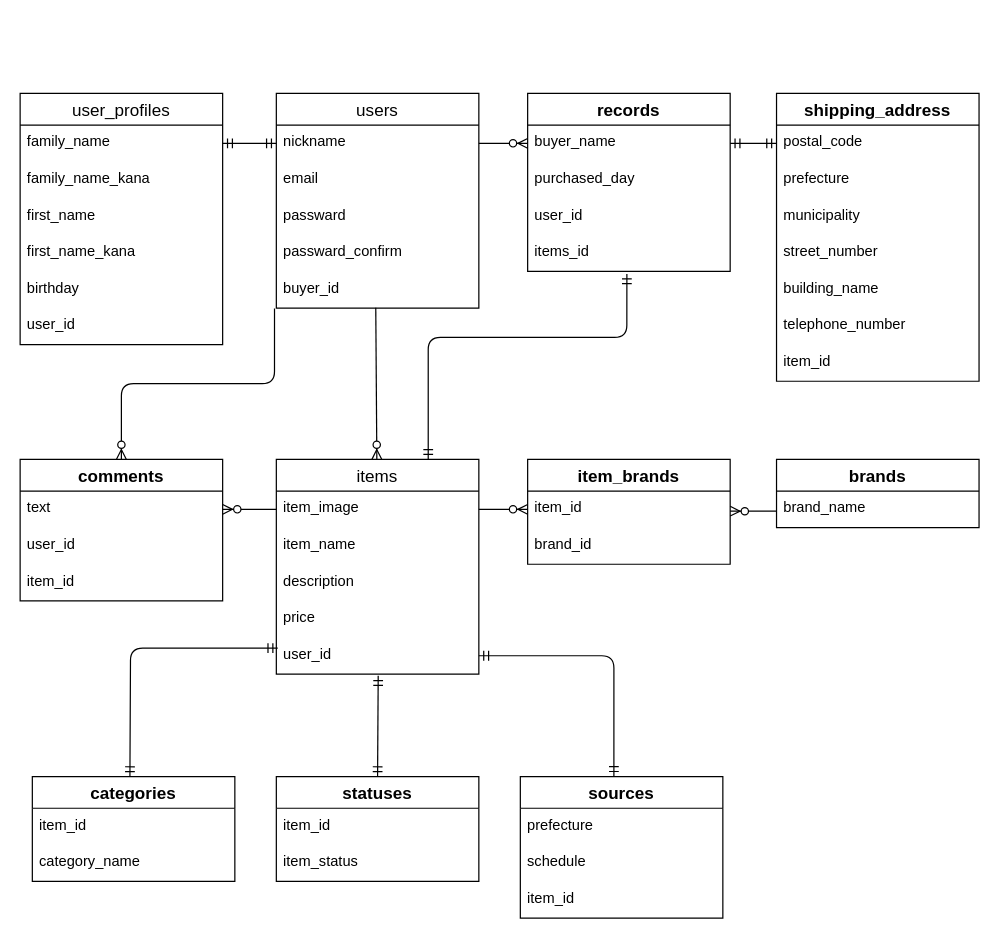
This is ER.drawio from Poly-Jiro/furima-31026, a draw.io file, before an edit. Source tidied: cells renumbered, new cells numbered last; positions are measured from the earlier drawing's top-left corner, leaving out a move shared by most shapes. Both pictures are drawn from the tidied source at 122%, with x=0, y=0 at pixel (20, 93).
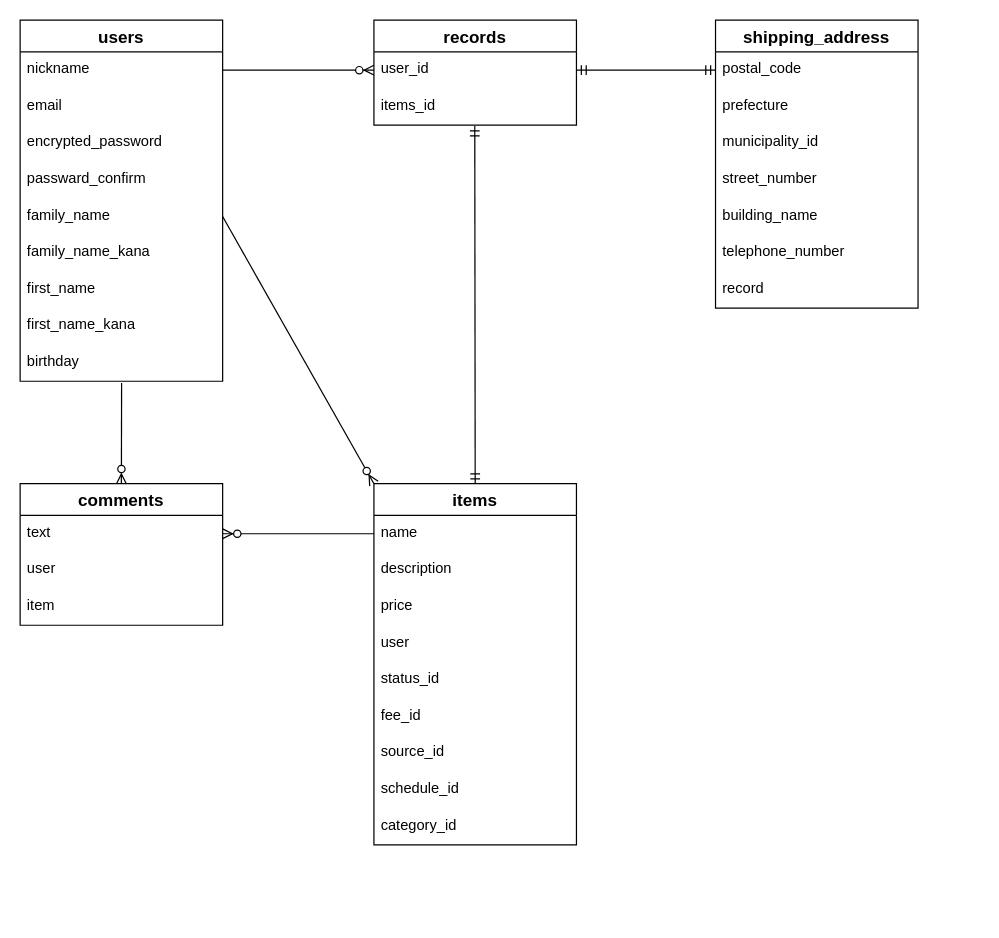
Above is the later version.

The change refers to these unchanged cells:
```xml
<mxCell id="57" value="postal_code" style="text;strokeColor=none;fillColor=none;spacingLeft=4;spacingRight=4;overflow=hidden;points=[[0,0.5],[1,0.5]];portConstraint=eastwest;fontSize=12;" parent="56" vertex="1">
  <mxGeometry y="26" width="166" height="30" as="geometry" />
</mxCell>
```

Diff of the diagram source:
```diff
@@
-    <mxCell id="2" value="user_profiles" style="swimlane;fontStyle=0;horizontal=1;startSize=26;align=center;fontSize=14;" parent="1" vertex="1">
-      <mxGeometry width="166" height="206" as="geometry" />
-    </mxCell>
+    <mxCell id="52" style="fontSize=12;html=1;endArrow=ERzeroToMany;endFill=1;exitX=1;exitY=0.5;exitDx=0;exitDy=0;entryX=0;entryY=0.5;entryDx=0;entryDy=0;" parent="1" edge="1" source="10">
+      <mxGeometry relative="1" as="geometry">
+        <mxPoint x="290" y="-19" as="targetPoint" />
+      </mxGeometry>
+    </mxCell>
+    <mxCell id="64" style="fontSize=12;html=1;endArrow=ERmandOne;startArrow=ERmandOne;exitX=1;exitY=0.5;exitDx=0;exitDy=0;entryX=0;entryY=0.5;entryDx=0;entryDy=0;" parent="1" edge="1" target="57">
+      <mxGeometry relative="1" as="geometry">
+        <mxPoint x="456" y="-19" as="sourcePoint" />
+      </mxGeometry>
+    </mxCell>
+    <mxCell id="9" value="users" style="swimlane;fontStyle=1;horizontal=1;startSize=26;align=center;fontSize=14;" parent="1" vertex="1">
+      <mxGeometry y="-60" width="166" height="296" as="geometry" />
+    </mxCell>
+    <mxCell id="10" value="nickname" style="text;strokeColor=none;fillColor=none;spacingLeft=4;spacingRight=4;overflow=hidden;points=[[0,0.5],[1,0.5]];portConstraint=eastwest;fontSize=12;" parent="9" vertex="1">
+      <mxGeometry y="26" width="166" height="30" as="geometry" />
+    </mxCell>
+    <mxCell id="11" value="email" style="text;strokeColor=none;fillColor=none;spacingLeft=4;spacingRight=4;overflow=hidden;fontSize=12;" parent="9" vertex="1">
+      <mxGeometry y="56" width="166" height="30" as="geometry" />
+    </mxCell>
+    <mxCell id="12" value="encrypted_password" style="text;strokeColor=none;fillColor=none;spacingLeft=4;spacingRight=4;overflow=hidden;fontSize=12;" parent="9" vertex="1">
+      <mxGeometry y="86" width="166" height="30" as="geometry" />
+    </mxCell>
+    <mxCell id="13" value="passward_confirm" style="text;strokeColor=none;fillColor=none;spacingLeft=4;spacingRight=4;overflow=hidden;fontSize=12;" parent="9" vertex="1">
+      <mxGeometry y="116" width="166" height="30" as="geometry" />
+    </mxCell>
-    <mxCell id="3" value="family_name" style="text;strokeColor=none;fillColor=none;spacingLeft=4;spacingRight=4;overflow=hidden;points=[[0,0.5],[1,0.5]];portConstraint=eastwest;fontSize=12;" parent="2" vertex="1">
-      <mxGeometry y="26" width="166" height="30" as="geometry" />
+    <mxCell id="3" value="family_name" style="text;strokeColor=none;fillColor=none;spacingLeft=4;spacingRight=4;overflow=hidden;points=[[0,0.5],[1,0.5]];portConstraint=eastwest;fontSize=12;" parent="9" vertex="1">
+      <mxGeometry y="146" width="166" height="30" as="geometry" />
     </mxCell>
-    <mxCell id="4" value="family_name_kana" style="text;strokeColor=none;fillColor=none;spacingLeft=4;spacingRight=4;overflow=hidden;fontSize=12;" parent="2" vertex="1">
-      <mxGeometry y="56" width="166" height="30" as="geometry" />
+    <mxCell id="4" value="family_name_kana" style="text;strokeColor=none;fillColor=none;spacingLeft=4;spacingRight=4;overflow=hidden;fontSize=12;" parent="9" vertex="1">
+      <mxGeometry y="176" width="166" height="30" as="geometry" />
     </mxCell>
-    <mxCell id="5" value="first_name" style="text;strokeColor=none;fillColor=none;spacingLeft=4;spacingRight=4;overflow=hidden;fontSize=12;" parent="2" vertex="1">
-      <mxGeometry y="86" width="166" height="30" as="geometry" />
+    <mxCell id="5" value="first_name" style="text;strokeColor=none;fillColor=none;spacingLeft=4;spacingRight=4;overflow=hidden;fontSize=12;" parent="9" vertex="1">
+      <mxGeometry y="206" width="166" height="30" as="geometry" />
     </mxCell>
-    <mxCell id="6" value="first_name_kana" style="text;strokeColor=none;fillColor=none;spacingLeft=4;spacingRight=4;overflow=hidden;fontSize=12;" parent="2" vertex="1">
-      <mxGeometry y="116" width="166" height="30" as="geometry" />
+    <mxCell id="6" value="first_name_kana" style="text;strokeColor=none;fillColor=none;spacingLeft=4;spacingRight=4;overflow=hidden;fontSize=12;" parent="9" vertex="1">
+      <mxGeometry y="236" width="166" height="30" as="geometry" />
     </mxCell>
-    <mxCell id="7" value="birthday" style="text;strokeColor=none;fillColor=none;spacingLeft=4;spacingRight=4;overflow=hidden;points=[[0,0.5],[1,0.5]];portConstraint=eastwest;fontSize=12;" parent="2" vertex="1">
-      <mxGeometry y="146" width="166" height="30" as="geometry" />
+    <mxCell id="7" value="birthday" style="text;strokeColor=none;fillColor=none;spacingLeft=4;spacingRight=4;overflow=hidden;points=[[0,0.5],[1,0.5]];portConstraint=eastwest;fontSize=12;" parent="9" vertex="1">
+      <mxGeometry y="266" width="166" height="30" as="geometry" />
     </mxCell>
-    <mxCell id="8" value="user_id" style="text;strokeColor=none;fillColor=none;spacingLeft=4;spacingRight=4;overflow=hidden;fontSize=12;" parent="2" vertex="1">
-      <mxGeometry y="176" width="166" height="30" as="geometry" />
-    </mxCell>
-    <mxCell id="9" value="users" style="swimlane;fontStyle=0;horizontal=1;startSize=26;align=center;fontSize=14;" parent="1" vertex="1">
-      <mxGeometry x="210" width="166" height="176" as="geometry" />
-    </mxCell>
-    <mxCell id="10" value="nickname" style="text;strokeColor=none;fillColor=none;spacingLeft=4;spacingRight=4;overflow=hidden;points=[[0,0.5],[1,0.5]];portConstraint=eastwest;fontSize=12;" parent="9" vertex="1">
-      <mxGeometry y="26" width="166" height="30" as="geometry" />
-    </mxCell>
-    <mxCell id="11" value="email" style="text;strokeColor=none;fillColor=none;spacingLeft=4;spacingRight=4;overflow=hidden;fontSize=12;" parent="9" vertex="1">
-      <mxGeometry y="56" width="166" height="30" as="geometry" />
-    </mxCell>
-    <mxCell id="12" value="passward" style="text;strokeColor=none;fillColor=none;spacingLeft=4;spacingRight=4;overflow=hidden;fontSize=12;" parent="9" vertex="1">
-      <mxGeometry y="86" width="166" height="30" as="geometry" />
-    </mxCell>
-    <mxCell id="13" value="passward_confirm" style="text;strokeColor=none;fillColor=none;spacingLeft=4;spacingRight=4;overflow=hidden;fontSize=12;" parent="9" vertex="1">
-      <mxGeometry y="116" width="166" height="30" as="geometry" />
-    </mxCell>
-    <mxCell id="14" value="buyer_id" style="text;strokeColor=none;fillColor=none;spacingLeft=4;spacingRight=4;overflow=hidden;points=[[0,0.5],[1,0.5]];portConstraint=eastwest;fontSize=12;" parent="9" vertex="1">
-      <mxGeometry y="146" width="166" height="30" as="geometry" />
-    </mxCell>
     <mxCell id="15" value="records" style="swimlane;fontStyle=1;horizontal=1;startSize=26;align=center;fontSize=14;" parent="1" vertex="1">
-      <mxGeometry x="416" width="166" height="146" as="geometry" />
+      <mxGeometry x="290" y="-60" width="166" height="86" as="geometry" />
     </mxCell>
-    <mxCell id="16" value="buyer_name" style="text;strokeColor=none;fillColor=none;spacingLeft=4;spacingRight=4;overflow=hidden;points=[[0,0.5],[1,0.5]];portConstraint=eastwest;fontSize=12;" parent="15" vertex="1">
-      <mxGeometry y="26" width="166" height="30" as="geometry" />
-    </mxCell>
-    <mxCell id="17" value="purchased_day" style="text;strokeColor=none;fillColor=none;spacingLeft=4;spacingRight=4;overflow=hidden;fontSize=12;" parent="15" vertex="1">
-      <mxGeometry y="56" width="166" height="30" as="geometry" />
-    </mxCell>
     <mxCell id="18" value="user_id" style="text;strokeColor=none;fillColor=none;spacingLeft=4;spacingRight=4;overflow=hidden;fontSize=12;" parent="15" vertex="1">
-      <mxGeometry y="86" width="166" height="30" as="geometry" />
+      <mxGeometry y="26" width="166" height="30" as="geometry" />
     </mxCell>
     <mxCell id="19" value="items_id" style="text;strokeColor=none;fillColor=none;spacingLeft=4;spacingRight=4;overflow=hidden;points=[[0,0.5],[1,0.5]];portConstraint=eastwest;fontSize=12;" parent="15" vertex="1">
-      <mxGeometry y="116" width="166" height="30" as="geometry" />
+      <mxGeometry y="56" width="166" height="30" as="geometry" />
     </mxCell>
-    <mxCell id="20" style="edgeStyle=entityRelationEdgeStyle;fontSize=12;html=1;endArrow=ERmandOne;startArrow=ERmandOne;exitX=1;exitY=0.5;exitDx=0;exitDy=0;entryX=0;entryY=0.5;entryDx=0;entryDy=0;" parent="1" edge="1" source="3" target="10">
-      <mxGeometry relative="1" as="geometry" />
-    </mxCell>
-    <mxCell id="21" value="items" style="swimlane;fontStyle=0;horizontal=1;startSize=26;align=center;fontSize=14;" parent="1" vertex="1">
-      <mxGeometry x="210" y="300" width="166" height="176" as="geometry" />
-    </mxCell>
-    <mxCell id="22" value="item_image" style="text;strokeColor=none;fillColor=none;spacingLeft=4;spacingRight=4;overflow=hidden;points=[[0,0.5],[1,0.5]];portConstraint=eastwest;fontSize=12;" parent="21" vertex="1">
-      <mxGeometry y="26" width="166" height="30" as="geometry" />
-    </mxCell>
-    <mxCell id="23" value="item_name" style="text;strokeColor=none;fillColor=none;spacingLeft=4;spacingRight=4;overflow=hidden;points=[[0,0.5],[1,0.5]];portConstraint=eastwest;fontSize=12;" parent="21" vertex="1">
-      <mxGeometry y="56" width="166" height="30" as="geometry" />
-    </mxCell>
-    <mxCell id="24" value="description" style="text;strokeColor=none;fillColor=none;spacingLeft=4;spacingRight=4;overflow=hidden;fontSize=12;" parent="21" vertex="1">
-      <mxGeometry y="86" width="166" height="30" as="geometry" />
-    </mxCell>
-    <mxCell id="25" value="price" style="text;strokeColor=none;fillColor=none;spacingLeft=4;spacingRight=4;overflow=hidden;fontSize=12;" parent="21" vertex="1">
-      <mxGeometry y="116" width="166" height="30" as="geometry" />
-    </mxCell>
-    <mxCell id="26" value="user_id" style="text;strokeColor=none;fillColor=none;spacingLeft=4;spacingRight=4;overflow=hidden;points=[[0,0.5],[1,0.5]];portConstraint=eastwest;fontSize=12;" parent="21" vertex="1">
-      <mxGeometry y="146" width="166" height="30" as="geometry" />
-    </mxCell>
-    <mxCell id="27" value="comments" style="swimlane;fontStyle=1;horizontal=1;startSize=26;align=center;fontSize=14;" parent="1" vertex="1">
-      <mxGeometry y="300" width="166" height="116" as="geometry" />
-    </mxCell>
-    <mxCell id="28" value="text" style="text;strokeColor=none;fillColor=none;spacingLeft=4;spacingRight=4;overflow=hidden;points=[[0,0.5],[1,0.5]];portConstraint=eastwest;fontSize=12;" parent="27" vertex="1">
-      <mxGeometry y="26" width="166" height="30" as="geometry" />
-    </mxCell>
-    <mxCell id="29" value="user_id" style="text;strokeColor=none;fillColor=none;spacingLeft=4;spacingRight=4;overflow=hidden;fontSize=12;" parent="27" vertex="1">
-      <mxGeometry y="56" width="166" height="30" as="geometry" />
-    </mxCell>
-    <mxCell id="30" value="item_id" style="text;strokeColor=none;fillColor=none;spacingLeft=4;spacingRight=4;overflow=hidden;fontSize=12;" parent="27" vertex="1">
-      <mxGeometry y="86" width="166" height="30" as="geometry" />
-    </mxCell>
-    <mxCell id="31" value="item_brands" style="swimlane;fontStyle=1;horizontal=1;startSize=26;align=center;fontSize=14;" parent="1" vertex="1">
-      <mxGeometry x="416" y="300" width="166" height="86" as="geometry" />
-    </mxCell>
-    <mxCell id="32" value="item_id" style="text;strokeColor=none;fillColor=none;spacingLeft=4;spacingRight=4;overflow=hidden;points=[[0,0.5],[1,0.5]];portConstraint=eastwest;fontSize=12;" parent="31" vertex="1">
-      <mxGeometry y="26" width="166" height="30" as="geometry" />
-    </mxCell>
-    <mxCell id="33" value="brand_id" style="text;strokeColor=none;fillColor=none;spacingLeft=4;spacingRight=4;overflow=hidden;fontSize=12;" parent="31" vertex="1">
-      <mxGeometry y="56" width="166" height="30" as="geometry" />
-    </mxCell>
-    <mxCell id="34" style="fontSize=12;html=1;endArrow=ERzeroToMany;endFill=1;exitX=0.491;exitY=0.994;exitDx=0;exitDy=0;exitPerimeter=0;" parent="1" edge="1" source="14" target="21">
-      <mxGeometry relative="1" as="geometry" />
-    </mxCell>
-    <mxCell id="35" style="edgeStyle=entityRelationEdgeStyle;fontSize=12;html=1;endArrow=ERzeroToMany;endFill=1;" parent="1" edge="1" source="22" target="28">
-      <mxGeometry relative="1" as="geometry" />
-    </mxCell>
-    <mxCell id="36" style="fontSize=12;html=1;endArrow=ERzeroToMany;endFill=1;exitX=-0.009;exitY=1.011;exitDx=0;exitDy=0;exitPerimeter=0;edgeStyle=orthogonalEdgeStyle;" parent="1" edge="1" source="14" target="27">
-      <mxGeometry relative="1" as="geometry" />
-    </mxCell>
-    <mxCell id="37" style="edgeStyle=entityRelationEdgeStyle;fontSize=12;html=1;endArrow=ERzeroToMany;endFill=1;exitX=1;exitY=0.5;exitDx=0;exitDy=0;entryX=0;entryY=0.5;entryDx=0;entryDy=0;" parent="1" edge="1" source="22" target="32">
-      <mxGeometry relative="1" as="geometry" />
-    </mxCell>
-    <mxCell id="38" value="categories" style="swimlane;fontStyle=1;horizontal=1;startSize=26;align=center;fontSize=14;" parent="1" vertex="1">
-      <mxGeometry x="10" y="560" width="166" height="86" as="geometry" />
-    </mxCell>
-    <mxCell id="39" value="item_id" style="text;strokeColor=none;fillColor=none;spacingLeft=4;spacingRight=4;overflow=hidden;fontSize=12;" parent="38" vertex="1">
-      <mxGeometry y="26" width="166" height="30" as="geometry" />
-    </mxCell>
-    <mxCell id="40" value="category_name" style="text;strokeColor=none;fillColor=none;spacingLeft=4;spacingRight=4;overflow=hidden;fontSize=12;" parent="38" vertex="1">
-      <mxGeometry y="56" width="166" height="30" as="geometry" />
-    </mxCell>
-    <mxCell id="41" value="statuses" style="swimlane;fontStyle=1;horizontal=1;startSize=26;align=center;fontSize=14;" parent="1" vertex="1">
-      <mxGeometry x="210" y="560" width="166" height="86" as="geometry" />
-    </mxCell>
-    <mxCell id="42" value="item_id" style="text;strokeColor=none;fillColor=none;spacingLeft=4;spacingRight=4;overflow=hidden;fontSize=12;" parent="41" vertex="1">
-      <mxGeometry y="26" width="166" height="30" as="geometry" />
-    </mxCell>
-    <mxCell id="43" value="item_status" style="text;strokeColor=none;fillColor=none;spacingLeft=4;spacingRight=4;overflow=hidden;fontSize=12;" parent="41" vertex="1">
-      <mxGeometry y="56" width="166" height="30" as="geometry" />
-    </mxCell>
-    <mxCell id="44" value="sources" style="swimlane;fontStyle=1;horizontal=1;startSize=26;align=center;fontSize=14;" parent="1" vertex="1">
-      <mxGeometry x="410" y="560" width="166" height="116" as="geometry" />
-    </mxCell>
-    <mxCell id="45" value="prefecture" style="text;strokeColor=none;fillColor=none;spacingLeft=4;spacingRight=4;overflow=hidden;fontSize=12;" parent="44" vertex="1">
-      <mxGeometry y="26" width="166" height="30" as="geometry" />
-    </mxCell>
-    <mxCell id="46" value="schedule" style="text;strokeColor=none;fillColor=none;spacingLeft=4;spacingRight=4;overflow=hidden;fontSize=12;" parent="44" vertex="1">
-      <mxGeometry y="56" width="166" height="30" as="geometry" />
-    </mxCell>
-    <mxCell id="47" value="item_id" style="text;strokeColor=none;fillColor=none;spacingLeft=4;spacingRight=4;overflow=hidden;fontSize=12;" parent="44" vertex="1">
-      <mxGeometry y="86" width="166" height="30" as="geometry" />
-    </mxCell>
-    <mxCell id="48" style="fontSize=12;html=1;endArrow=ERmandOne;startArrow=ERmandOne;exitX=0.5;exitY=0;exitDx=0;exitDy=0;entryX=0.503;entryY=1.044;entryDx=0;entryDy=0;entryPerimeter=0;" parent="1" edge="1" source="41" target="26">
-      <mxGeometry relative="1" as="geometry" />
-    </mxCell>
-    <mxCell id="49" style="edgeStyle=orthogonalEdgeStyle;fontSize=12;html=1;endArrow=ERmandOne;startArrow=ERmandOne;exitX=1;exitY=0.5;exitDx=0;exitDy=0;entryX=0.462;entryY=-0.001;entryDx=0;entryDy=0;entryPerimeter=0;" parent="1" edge="1" source="26" target="44">
-      <mxGeometry relative="1" as="geometry" />
-    </mxCell>
-    <mxCell id="50" style="edgeStyle=orthogonalEdgeStyle;fontSize=12;html=1;endArrow=ERmandOne;startArrow=ERmandOne;entryX=0.007;entryY=0.294;entryDx=0;entryDy=0;entryPerimeter=0;" parent="1" edge="1" target="26">
-      <mxGeometry relative="1" as="geometry">
-        <mxPoint x="90" y="560" as="sourcePoint" />
-      </mxGeometry>
-    </mxCell>
-    <mxCell id="51" style="fontSize=12;html=1;endArrow=ERmandOne;startArrow=ERmandOne;edgeStyle=orthogonalEdgeStyle;entryX=0.49;entryY=1.067;entryDx=0;entryDy=0;entryPerimeter=0;exitX=0.75;exitY=0;exitDx=0;exitDy=0;" parent="1" edge="1" source="21" target="19">
-      <mxGeometry relative="1" as="geometry">
-        <Array as="points">
-          <mxPoint x="335" y="200" />
-          <mxPoint x="497" y="200" />
-        </Array>
-      </mxGeometry>
-    </mxCell>
-    <mxCell id="52" style="fontSize=12;html=1;endArrow=ERzeroToMany;endFill=1;exitX=1;exitY=0.5;exitDx=0;exitDy=0;entryX=0;entryY=0.5;entryDx=0;entryDy=0;" parent="1" edge="1" source="10">
-      <mxGeometry relative="1" as="geometry">
-        <mxPoint x="416" y="41" as="targetPoint" />
-      </mxGeometry>
-    </mxCell>
-    <mxCell id="53" value="brands" style="swimlane;fontStyle=1;horizontal=1;startSize=26;align=center;fontSize=14;" parent="1" vertex="1">
-      <mxGeometry x="620" y="300" width="166" height="56" as="geometry" />
-    </mxCell>
-    <mxCell id="54" value="brand_name" style="text;strokeColor=none;fillColor=none;spacingLeft=4;spacingRight=4;overflow=hidden;fontSize=12;" parent="53" vertex="1">
-      <mxGeometry y="26" width="166" height="30" as="geometry" />
-    </mxCell>
-    <mxCell id="55" style="fontSize=12;html=1;endArrow=ERzeroToMany;endFill=1;" parent="1" edge="1">
-      <mxGeometry relative="1" as="geometry">
-        <mxPoint x="620" y="342.5" as="sourcePoint" />
-        <mxPoint x="582" y="342.5" as="targetPoint" />
-      </mxGeometry>
-    </mxCell>
+    <mxCell id="65" style="fontSize=12;html=1;endArrow=ERzeroToMany;endFill=1;exitX=0.501;exitY=1.047;exitDx=0;exitDy=0;exitPerimeter=0;entryX=0.5;entryY=0;entryDx=0;entryDy=0;" parent="1" edge="1" source="7" target="27">
+      <mxGeometry relative="1" as="geometry" />
+    </mxCell>
     <mxCell id="56" value="shipping_address" style="swimlane;fontStyle=1;horizontal=1;startSize=26;align=center;fontSize=14;" parent="1" vertex="1">
-      <mxGeometry x="620" width="166" height="236" as="geometry" />
+      <mxGeometry x="570" y="-60" width="166" height="236" as="geometry" />
     </mxCell>
@@
-    <mxCell id="59" value="municipality" style="text;strokeColor=none;fillColor=none;spacingLeft=4;spacingRight=4;overflow=hidden;fontSize=12;" parent="56" vertex="1">
+    <mxCell id="59" value="municipality_id" style="text;strokeColor=none;fillColor=none;spacingLeft=4;spacingRight=4;overflow=hidden;fontSize=12;" parent="56" vertex="1">
       <mxGeometry y="86" width="166" height="30" as="geometry" />
     </mxCell>
@@
-    <mxCell id="63" value="item_id" style="text;strokeColor=none;fillColor=none;spacingLeft=4;spacingRight=4;overflow=hidden;fontSize=12;" parent="56" vertex="1">
+    <mxCell id="63" value="record" style="text;strokeColor=none;fillColor=none;spacingLeft=4;spacingRight=4;overflow=hidden;fontSize=12;" parent="56" vertex="1">
       <mxGeometry y="206" width="166" height="30" as="geometry" />
     </mxCell>
-    <mxCell id="64" style="fontSize=12;html=1;endArrow=ERmandOne;startArrow=ERmandOne;exitX=1;exitY=0.5;exitDx=0;exitDy=0;entryX=0;entryY=0.5;entryDx=0;entryDy=0;" parent="1" edge="1" source="16" target="57">
-      <mxGeometry relative="1" as="geometry" />
-    </mxCell>
+    <mxCell id="51" style="fontSize=12;html=1;endArrow=ERmandOne;startArrow=ERmandOne;entryX=0.498;entryY=1.027;entryDx=0;entryDy=0;entryPerimeter=0;exitX=0.5;exitY=0;exitDx=0;exitDy=0;" parent="1" edge="1" source="21" target="19">
+      <mxGeometry relative="1" as="geometry" />
+    </mxCell>
+    <mxCell id="21" value="items" style="swimlane;fontStyle=1;horizontal=1;startSize=26;align=center;fontSize=14;" parent="1" vertex="1">
+      <mxGeometry x="290" y="320" width="166" height="296" as="geometry" />
+    </mxCell>
+    <mxCell id="23" value="name" style="text;strokeColor=none;fillColor=none;spacingLeft=4;spacingRight=4;overflow=hidden;points=[[0,0.5],[1,0.5]];portConstraint=eastwest;fontSize=12;" parent="21" vertex="1">
+      <mxGeometry y="26" width="166" height="30" as="geometry" />
+    </mxCell>
+    <mxCell id="24" value="description" style="text;strokeColor=none;fillColor=none;spacingLeft=4;spacingRight=4;overflow=hidden;fontSize=12;" parent="21" vertex="1">
+      <mxGeometry y="56" width="166" height="30" as="geometry" />
+    </mxCell>
+    <mxCell id="25" value="price" style="text;strokeColor=none;fillColor=none;spacingLeft=4;spacingRight=4;overflow=hidden;fontSize=12;" parent="21" vertex="1">
+      <mxGeometry y="86" width="166" height="30" as="geometry" />
+    </mxCell>
+    <mxCell id="26" value="user" style="text;strokeColor=none;fillColor=none;spacingLeft=4;spacingRight=4;overflow=hidden;points=[[0,0.5],[1,0.5]];portConstraint=eastwest;fontSize=12;" parent="21" vertex="1">
+      <mxGeometry y="116" width="166" height="30" as="geometry" />
+    </mxCell>
+    <mxCell id="66" value="status_id" style="text;strokeColor=none;fillColor=none;spacingLeft=4;spacingRight=4;overflow=hidden;fontSize=12;" parent="21" vertex="1">
+      <mxGeometry y="146" width="166" height="30" as="geometry" />
+    </mxCell>
+    <mxCell id="67" value="fee_id" style="text;strokeColor=none;fillColor=none;spacingLeft=4;spacingRight=4;overflow=hidden;fontSize=12;" parent="21" vertex="1">
+      <mxGeometry y="176" width="166" height="30" as="geometry" />
+    </mxCell>
+    <mxCell id="68" value="source_id" style="text;strokeColor=none;fillColor=none;spacingLeft=4;spacingRight=4;overflow=hidden;fontSize=12;" parent="21" vertex="1">
+      <mxGeometry y="206" width="166" height="30" as="geometry" />
+    </mxCell>
+    <mxCell id="69" value="schedule_id" style="text;strokeColor=none;fillColor=none;spacingLeft=4;spacingRight=4;overflow=hidden;fontSize=12;" parent="21" vertex="1">
+      <mxGeometry y="236" width="166" height="30" as="geometry" />
+    </mxCell>
+    <mxCell id="70" value="category_id" style="text;strokeColor=none;fillColor=none;spacingLeft=4;spacingRight=4;overflow=hidden;fontSize=12;" parent="21" vertex="1">
+      <mxGeometry y="266" width="166" height="30" as="geometry" />
+    </mxCell>
+    <mxCell id="27" value="comments" style="swimlane;fontStyle=1;horizontal=1;startSize=26;align=center;fontSize=14;" parent="1" vertex="1">
+      <mxGeometry y="320" width="166" height="116" as="geometry" />
+    </mxCell>
+    <mxCell id="28" value="text" style="text;strokeColor=none;fillColor=none;spacingLeft=4;spacingRight=4;overflow=hidden;points=[[0,0.5],[1,0.5]];portConstraint=eastwest;fontSize=12;" parent="27" vertex="1">
+      <mxGeometry y="26" width="166" height="30" as="geometry" />
+    </mxCell>
+    <mxCell id="29" value="user" style="text;strokeColor=none;fillColor=none;spacingLeft=4;spacingRight=4;overflow=hidden;fontSize=12;" parent="27" vertex="1">
+      <mxGeometry y="56" width="166" height="30" as="geometry" />
+    </mxCell>
+    <mxCell id="30" value="item" style="text;strokeColor=none;fillColor=none;spacingLeft=4;spacingRight=4;overflow=hidden;fontSize=12;" parent="27" vertex="1">
+      <mxGeometry y="86" width="166" height="30" as="geometry" />
+    </mxCell>
+    <mxCell id="71" style="fontSize=12;html=1;endArrow=ERzeroToMany;endFill=1;exitX=0;exitY=0.5;exitDx=0;exitDy=0;entryX=1;entryY=0.5;entryDx=0;entryDy=0;" parent="1" edge="1" source="23" target="28">
+      <mxGeometry relative="1" as="geometry" />
+    </mxCell>
+    <mxCell id="72" style="fontSize=12;html=1;endArrow=ERzeroToMany;endFill=1;entryX=0;entryY=0;entryDx=0;entryDy=0;exitX=1;exitY=0.5;exitDx=0;exitDy=0;" parent="1" edge="1" source="3" target="21">
+      <mxGeometry relative="1" as="geometry" />
+    </mxCell>
```
